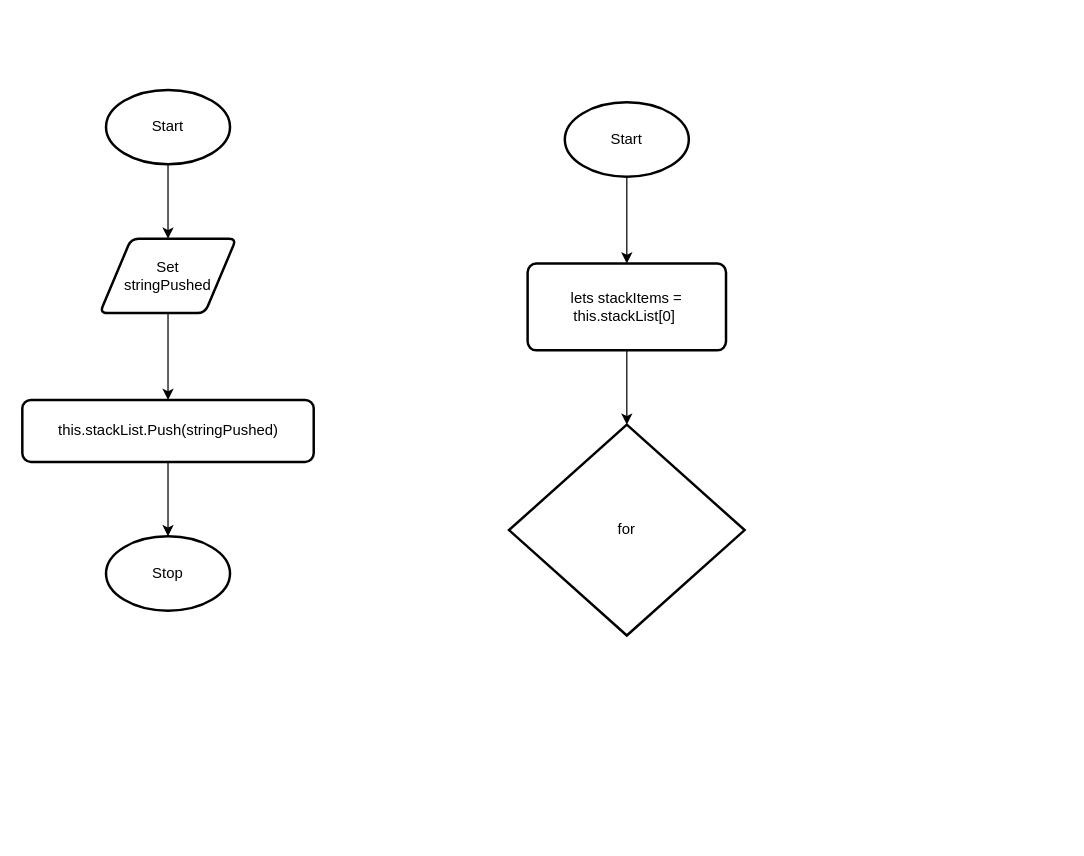
Earlier version of the draw.io diagram design/flowchart.drawio (Lucas-Tyman/ICS4U-Unit2-01-Typescript). Source tidied: cells renumbered, new cells numbered last; positions are measured from the earlier drawing's top-left corner, leaving out a move shared by most shapes. Both pictures are drawn from the tidied source at 124%, with x=0, y=0 at pixel (21, 89).
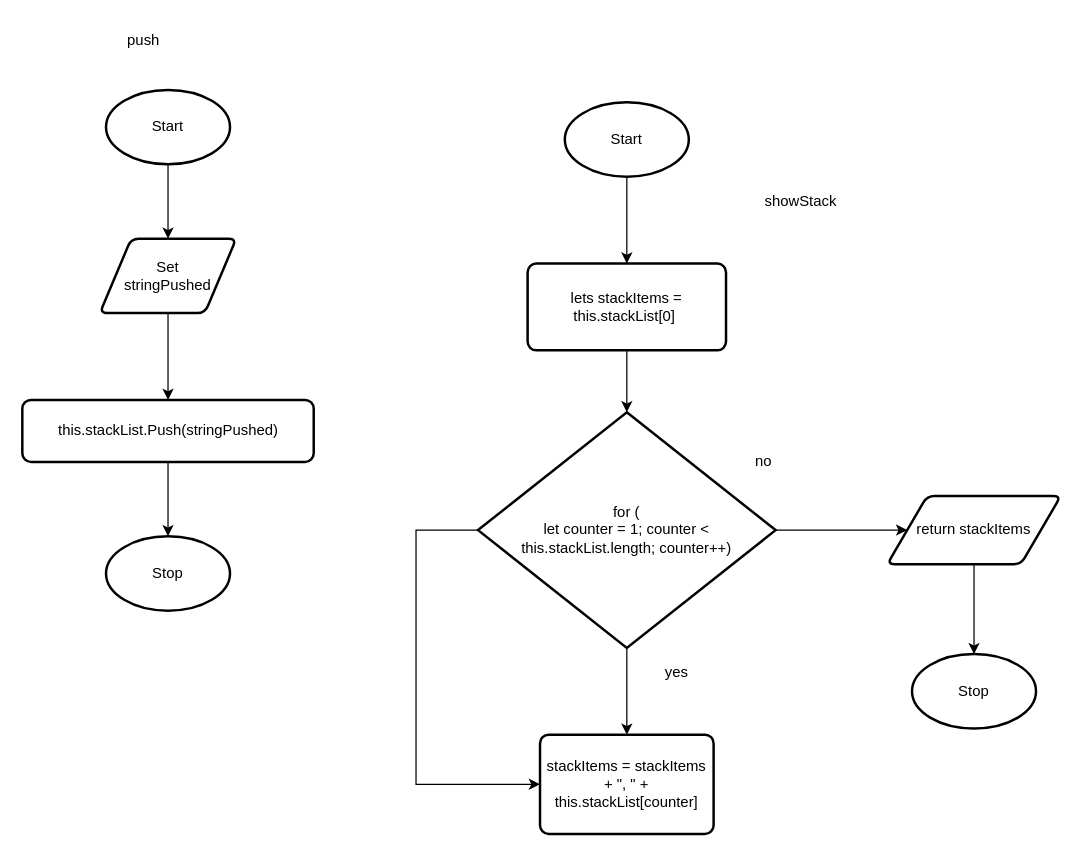
The same diagram, later.

What changed in the source:
```diff
@@
+    <mxCell id="14" style="edgeStyle=none;html=1;entryX=0.5;entryY=0;entryDx=0;entryDy=0;" parent="1" edge="1" source="13" target="17">
+      <mxGeometry relative="1" as="geometry" />
+    </mxCell>
+    <mxCell id="15" style="edgeStyle=orthogonalEdgeStyle;rounded=0;html=1;entryX=0;entryY=0.5;entryDx=0;entryDy=0;exitX=0;exitY=0.5;exitDx=0;exitDy=0;exitPerimeter=0;" parent="1" edge="1" source="13" target="17">
+      <mxGeometry relative="1" as="geometry">
+        <Array as="points">
+          <mxPoint x="318" y="355" />
+          <mxPoint x="318" y="560" />
+        </Array>
+      </mxGeometry>
+    </mxCell>
+    <mxCell id="16" style="edgeStyle=orthogonalEdgeStyle;rounded=0;html=1;" parent="1" edge="1" source="13" target="20">
+      <mxGeometry relative="1" as="geometry" />
+    </mxCell>
-    <mxCell id="13" value="for&lt;br&gt;" style="strokeWidth=2;html=1;shape=mxgraph.flowchart.decision;whiteSpace=wrap;" parent="1" vertex="1">
-      <mxGeometry x="393" y="270" width="190" height="170" as="geometry" />
+    <mxCell id="13" value="for (&lt;br&gt;let counter = 1; counter &amp;lt;&lt;br&gt;this.stackList.length; counter++)" style="strokeWidth=2;html=1;shape=mxgraph.flowchart.decision;whiteSpace=wrap;" parent="1" vertex="1">
+      <mxGeometry x="368" y="260" width="240" height="190" as="geometry" />
     </mxCell>
+    <mxCell id="17" value="stackItems = stackItems + &quot;, &quot; + this.stackList[counter]" style="rounded=1;whiteSpace=wrap;html=1;absoluteArcSize=1;arcSize=14;strokeWidth=2;" parent="1" vertex="1">
+      <mxGeometry x="418" y="520" width="140" height="80" as="geometry" />
+    </mxCell>
+    <mxCell id="18" value="yes" style="text;html=1;align=center;verticalAlign=middle;strokeColor=none;fillColor=none;" parent="1" vertex="1">
+      <mxGeometry x="508" y="455" width="40" height="30" as="geometry" />
+    </mxCell>
+    <mxCell id="19" style="edgeStyle=orthogonalEdgeStyle;rounded=0;html=1;" parent="1" edge="1" source="20" target="21">
+      <mxGeometry relative="1" as="geometry" />
+    </mxCell>
+    <mxCell id="20" value="return stackItems" style="shape=parallelogram;html=1;strokeWidth=2;perimeter=parallelogramPerimeter;whiteSpace=wrap;rounded=1;arcSize=12;size=0.23;" parent="1" vertex="1">
+      <mxGeometry x="698" y="327.5" width="140" height="55" as="geometry" />
+    </mxCell>
+    <mxCell id="21" value="Stop" style="strokeWidth=2;html=1;shape=mxgraph.flowchart.start_1;whiteSpace=wrap;" parent="1" vertex="1">
+      <mxGeometry x="718" y="455" width="100" height="60" as="geometry" />
+    </mxCell>
+    <mxCell id="22" value="no" style="text;html=1;align=center;verticalAlign=middle;strokeColor=none;fillColor=none;" parent="1" vertex="1">
+      <mxGeometry x="578" y="285" width="40" height="30" as="geometry" />
+    </mxCell>
+    <mxCell id="23" value="push" style="text;html=1;align=center;verticalAlign=middle;strokeColor=none;fillColor=none;" parent="1" vertex="1">
+      <mxGeometry x="73" y="-55" width="50" height="30" as="geometry" />
+    </mxCell>
+    <mxCell id="24" value="showStack" style="text;html=1;align=center;verticalAlign=middle;strokeColor=none;fillColor=none;" parent="1" vertex="1">
+      <mxGeometry x="588" y="75" width="80" height="30" as="geometry" />
+    </mxCell>
```
